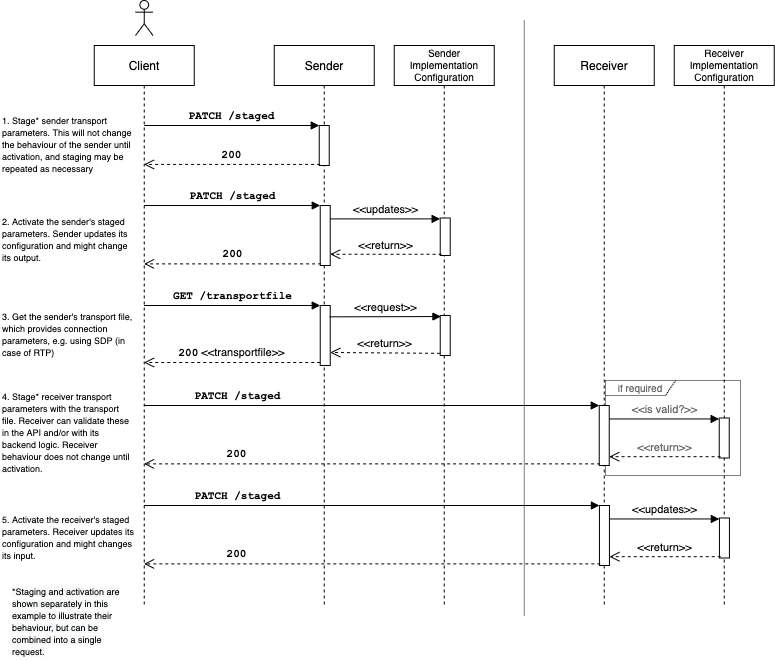
Before: docs/images/direct_seq_diagram.png, a diagram exported from draw.io (AMWA-TV/is-05). Source tidied: cells renumbered, new cells last; positions are measured from the earlier drawing's top-left corner, leaving out a move shared by most shapes.
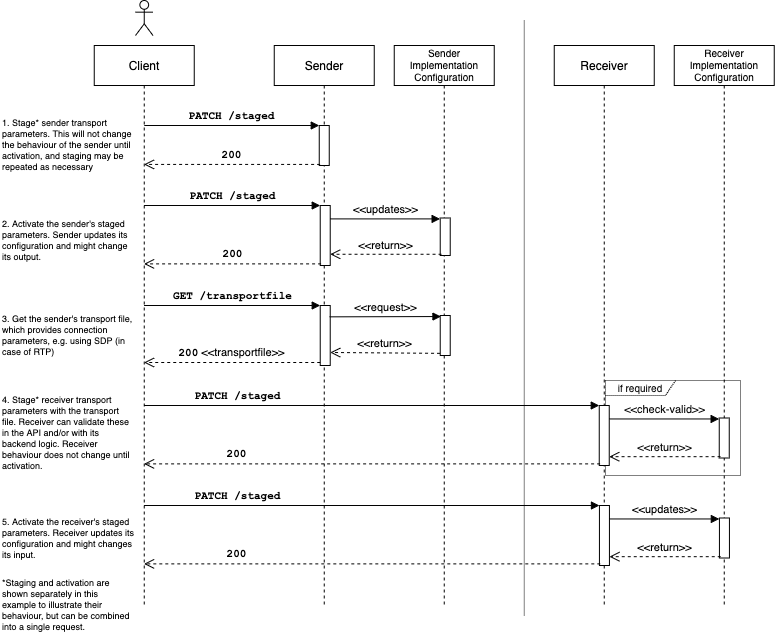
Above is the later version.

Commit message:
Diagram tweaks

The edit, as a diff of the source:
```diff
@@ -2,7 +2,7 @@
   <root>
     <mxCell id="0" />
     <mxCell id="1" parent="0" />
-    <mxCell id="2" value="&lt;font face=&quot;Helvetica&quot;&gt;if required&lt;/font&gt;" style="shape=umlFrame;whiteSpace=wrap;html=1;fontFamily=Courier New;fontSize=10;fontColor=#666666;width=70;height=15;dashed=1;dashPattern=1 1;" parent="1" vertex="1">
+    <mxCell id="2" value="&lt;font face=&quot;Helvetica&quot;&gt;if required&lt;/font&gt;" style="shape=umlFrame;whiteSpace=wrap;html=1;fontFamily=Courier New;fontSize=10;width=70;height=15;dashed=1;dashPattern=1 1;fontColor=#0D0D0D;" parent="1" vertex="1">
       <mxGeometry x="605" y="380" width="135" height="95" as="geometry" />
     </mxCell>
     <mxCell id="3" value="Client" style="shape=umlLifeline;perimeter=lifelinePerimeter;whiteSpace=wrap;html=1;outlineConnect=0;" parent="1" vertex="1">
@@ -35,7 +35,7 @@
     <mxCell id="12" value="Receiver" style="shape=umlLifeline;perimeter=lifelinePerimeter;whiteSpace=wrap;html=1;" parent="1" vertex="1">
       <mxGeometry x="553.8" y="45" width="100" height="560" as="geometry" />
     </mxCell>
-    <mxCell id="13" style="html=1;points=[];perimeter=orthogonalPerimeter;" parent="12" vertex="1">
+    <mxCell id="13" style="html=1;points=[];perimeter=orthogonalPerimeter;fontColor=#0D0D0D;" parent="12" vertex="1">
       <mxGeometry x="45" y="360" width="10" height="60" as="geometry" />
     </mxCell>
     <mxCell id="14" style="html=1;points=[];perimeter=orthogonalPerimeter;" parent="12" vertex="1">
@@ -86,7 +86,7 @@
     <mxCell id="26" value="Receiver&lt;br&gt;Implementation&lt;br style=&quot;font-size: 10px&quot;&gt;Configuration" style="shape=umlLifeline;perimeter=lifelinePerimeter;whiteSpace=wrap;html=1;fontSize=10;spacingBottom=2;" parent="1" vertex="1">
       <mxGeometry x="673.8" y="45" width="100" height="560" as="geometry" />
     </mxCell>
-    <mxCell id="27" style="html=1;points=[];perimeter=orthogonalPerimeter;fontColor=#666666;" parent="26" vertex="1">
+    <mxCell id="27" style="html=1;points=[];perimeter=orthogonalPerimeter;fontColor=#0D0D0D;" parent="26" vertex="1">
       <mxGeometry x="45" y="372.5" width="10" height="40" as="geometry" />
     </mxCell>
     <mxCell id="28" style="html=1;points=[];perimeter=orthogonalPerimeter;" parent="26" vertex="1">
@@ -100,10 +100,10 @@
     <mxCell id="30" value="200" style="html=1;verticalAlign=bottom;endArrow=open;dashed=1;endSize=8;exitX=0.086;exitY=0.973;exitDx=0;exitDy=0;exitPerimeter=0;fontFamily=Courier New;fontStyle=1;" parent="1" edge="1" source="13" target="3">
       <mxGeometry x="0.59" relative="1" as="geometry" />
     </mxCell>
-    <mxCell id="31" value="&amp;lt;&amp;lt;is valid?&amp;gt;&amp;gt;" style="html=1;verticalAlign=bottom;endArrow=block;entryX=-0.01;entryY=0.024;entryDx=0;entryDy=0;entryPerimeter=0;fontColor=#666666;" parent="1" edge="1" source="13" target="27">
+    <mxCell id="31" value="&amp;lt;&amp;lt;check-valid&amp;gt;&amp;gt;" style="html=1;verticalAlign=bottom;endArrow=block;entryX=-0.01;entryY=0.024;entryDx=0;entryDy=0;entryPerimeter=0;fontColor=#0D0D0D;" parent="1" edge="1" source="13" target="27">
       <mxGeometry relative="1" as="geometry" />
     </mxCell>
-    <mxCell id="32" value="&amp;lt;&amp;lt;return&amp;gt;&amp;gt;" style="html=1;verticalAlign=bottom;endArrow=open;dashed=1;endSize=8;exitX=0.131;exitY=0.967;exitDx=0;exitDy=0;exitPerimeter=0;fontColor=#666666;" parent="1" edge="1" source="27" target="13">
+    <mxCell id="32" value="&amp;lt;&amp;lt;return&amp;gt;&amp;gt;" style="html=1;verticalAlign=bottom;endArrow=open;dashed=1;endSize=8;exitX=0.131;exitY=0.967;exitDx=0;exitDy=0;exitPerimeter=0;fontColor=#0D0D0D;" parent="1" edge="1" source="27" target="13">
       <mxGeometry relative="1" as="geometry" />
     </mxCell>
     <mxCell id="33" value="PATCH /staged" style="html=1;verticalAlign=bottom;endArrow=block;entryX=0;entryY=0;fontFamily=Courier New;fontStyle=1;" parent="1" edge="1" source="3" target="14">
@@ -118,26 +118,29 @@
     <mxCell id="36" value="&amp;lt;&amp;lt;return&amp;gt;&amp;gt;" style="html=1;verticalAlign=bottom;endArrow=open;dashed=1;endSize=8;exitX=0.131;exitY=0.967;exitDx=0;exitDy=0;exitPerimeter=0;" parent="1" edge="1" source="28" target="14">
       <mxGeometry relative="1" as="geometry" />
     </mxCell>
-    <mxCell id="37" value="&lt;font face=&quot;Helvetica&quot; style=&quot;font-size: 9px&quot;&gt;1. Stage* sender transport parameters. This will not change the behaviour of the sender until activation, and staging may be repeated as necessary&lt;/font&gt;" style="text;html=1;strokeColor=none;fillColor=none;align=left;verticalAlign=middle;whiteSpace=wrap;rounded=0;fontFamily=Courier New;fontSize=10;" parent="1" vertex="1">
+    <mxCell id="37" value="&lt;font face=&quot;Helvetica&quot; style=&quot;font-size: 9px&quot;&gt;1. Stage* sender transport parameters. This will not change the behaviour of the sender until activation, and staging may be repeated as necessary&lt;/font&gt;" style="text;html=1;strokeColor=none;fillColor=none;align=left;verticalAlign=middle;whiteSpace=wrap;rounded=0;fontFamily=Courier New;fontSize=9;" parent="1" vertex="1">
       <mxGeometry y="110" width="135" height="70" as="geometry" />
     </mxCell>
-    <mxCell id="38" value="&lt;font face=&quot;Helvetica&quot; style=&quot;font-size: 9px&quot;&gt;2. Activate the sender's staged parameters. Sender updates its configuration and might change its output.&lt;/font&gt;" style="text;html=1;strokeColor=none;fillColor=none;align=left;verticalAlign=middle;whiteSpace=wrap;rounded=0;fontFamily=Courier New;fontSize=10;" parent="1" vertex="1">
+    <mxCell id="38" value="&lt;font face=&quot;Helvetica&quot; style=&quot;font-size: 9px&quot;&gt;2. Activate the sender's staged parameters. Sender updates its configuration and might change its output.&lt;/font&gt;" style="text;html=1;strokeColor=none;fillColor=none;align=left;verticalAlign=middle;whiteSpace=wrap;rounded=0;fontFamily=Courier New;fontSize=9;" parent="1" vertex="1">
       <mxGeometry y="205" width="135" height="70" as="geometry" />
     </mxCell>
-    <mxCell id="39" value="&lt;font face=&quot;Helvetica&quot; style=&quot;font-size: 9px&quot;&gt;3. Get the sender's transport file, which provides connection parameters, e.g. using SDP (in case of RTP)&lt;/font&gt;" style="text;html=1;strokeColor=none;fillColor=none;align=left;verticalAlign=middle;whiteSpace=wrap;rounded=0;fontFamily=Courier New;fontSize=10;" parent="1" vertex="1">
+    <mxCell id="39" value="&lt;font face=&quot;Helvetica&quot; style=&quot;font-size: 9px&quot;&gt;3. Get the sender's transport file, which provides connection parameters, e.g. using SDP (in case of RTP)&lt;/font&gt;" style="text;html=1;strokeColor=none;fillColor=none;align=left;verticalAlign=middle;whiteSpace=wrap;rounded=0;fontFamily=Courier New;fontSize=9;" parent="1" vertex="1">
       <mxGeometry y="300" width="135" height="70" as="geometry" />
     </mxCell>
-    <mxCell id="40" value="&lt;font face=&quot;Helvetica&quot; style=&quot;font-size: 9px&quot;&gt;4. Stage* receiver transport parameters with the transport file. Receiver can validate these in the API and/or with its backend logic. Receiver behaviour does not change until activation.&lt;/font&gt;" style="text;html=1;strokeColor=none;fillColor=none;align=left;verticalAlign=middle;whiteSpace=wrap;rounded=0;fontFamily=Courier New;fontSize=10;" parent="1" vertex="1">
+    <mxCell id="40" value="&lt;font face=&quot;Helvetica&quot; style=&quot;font-size: 9px&quot;&gt;4. Stage* receiver transport parameters with the transport file. Receiver can validate these in the API and/or with its backend logic. Receiver behaviour does not change until activation.&lt;/font&gt;" style="text;html=1;strokeColor=none;fillColor=none;align=left;verticalAlign=middle;whiteSpace=wrap;rounded=0;fontFamily=Courier New;fontSize=9;" parent="1" vertex="1">
       <mxGeometry y="385" width="135" height="95" as="geometry" />
     </mxCell>
-    <mxCell id="41" value="&lt;font face=&quot;Helvetica&quot; style=&quot;font-size: 9px&quot;&gt;5. Activate the receiver's staged parameters. Receiver updates its configuration and might changes its input.&lt;/font&gt;" style="text;html=1;strokeColor=none;fillColor=none;align=left;verticalAlign=middle;whiteSpace=wrap;rounded=0;fontFamily=Courier New;fontSize=10;" parent="1" vertex="1">
+    <mxCell id="41" value="&lt;font face=&quot;Helvetica&quot; style=&quot;font-size: 9px&quot;&gt;5. Activate the receiver's staged parameters. Receiver updates its configuration and might changes its input.&lt;/font&gt;" style="text;html=1;strokeColor=none;fillColor=none;align=left;verticalAlign=middle;whiteSpace=wrap;rounded=0;fontFamily=Courier New;fontSize=9;" parent="1" vertex="1">
       <mxGeometry y="490" width="135" height="95" as="geometry" />
     </mxCell>
+    <mxCell id="43" style="edgeStyle=orthogonalEdgeStyle;rounded=0;orthogonalLoop=1;jettySize=auto;html=1;exitX=0.5;exitY=1;exitDx=0;exitDy=0;dashed=1;dashPattern=1 1;strokeWidth=1;fontFamily=Courier New;fontSize=10;fontColor=#666666;" parent="1" edge="1">
+      <mxGeometry relative="1" as="geometry">
+        <mxPoint x="65" y="635" as="sourcePoint" />
+        <mxPoint x="65" y="635" as="targetPoint" />
+      </mxGeometry>
+    </mxCell>
-    <mxCell id="42" value="&lt;span style=&quot;color: rgb(0 , 0 , 0) ; font-family: &amp;#34;helvetica&amp;#34; ; font-size: 9px ; font-style: normal ; font-weight: 400 ; letter-spacing: normal ; text-align: left ; text-indent: 0px ; text-transform: none ; word-spacing: 0px ; background-color: rgb(248 , 249 , 250) ; display: inline ; float: none&quot;&gt;*Staging and activation are shown separately in this example to illustrate their behaviour, but can be combined into a single request.&lt;/span&gt;" style="text;whiteSpace=wrap;html=1;fontSize=10;fontFamily=Courier New;fontColor=#666666;" parent="1" vertex="1">
-      <mxGeometry x="10" y="580" width="110" height="55" as="geometry" />
+    <mxCell id="42" value="&lt;div&gt;&lt;font face=&quot;Helvetica&quot;&gt;*Staging and activation are shown separately in this example to illustrate their behaviour, but can be combined into a single request.&lt;/font&gt;&lt;/div&gt;&lt;div&gt;&lt;br&gt;&lt;/div&gt;" style="text;html=1;strokeColor=none;fillColor=none;align=left;verticalAlign=middle;whiteSpace=wrap;rounded=0;fontFamily=Courier New;fontSize=9;" parent="1" vertex="1">
+      <mxGeometry y="580" width="130" height="60" as="geometry" />
     </mxCell>
-    <mxCell id="43" style="edgeStyle=orthogonalEdgeStyle;rounded=0;orthogonalLoop=1;jettySize=auto;html=1;exitX=0.5;exitY=1;exitDx=0;exitDy=0;dashed=1;dashPattern=1 1;strokeWidth=1;fontFamily=Courier New;fontSize=10;fontColor=#666666;" parent="1" edge="1" source="42" target="42">
-      <mxGeometry relative="1" as="geometry" />
-    </mxCell>
   </root>
 </mxGraphModel>
```
